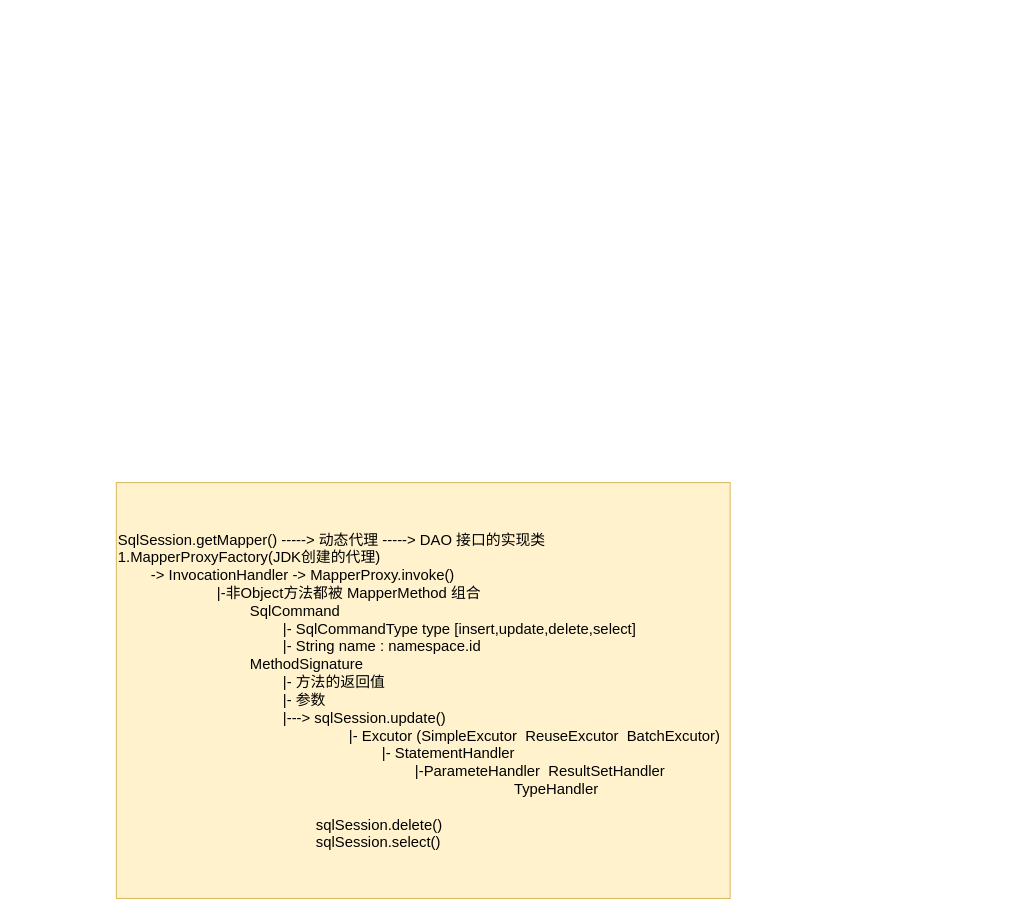
The draw.io diagram 未命名绘图.drawio in liouliuliu/node, before the edit. Source tidied: cells renumbered, new cells numbered last; positions are measured from the earlier drawing's top-left corner, leaving out a move shared by most shapes. Both pictures are drawn from the tidied source at 99%, with x=0, y=0 at pixel (116, 482).
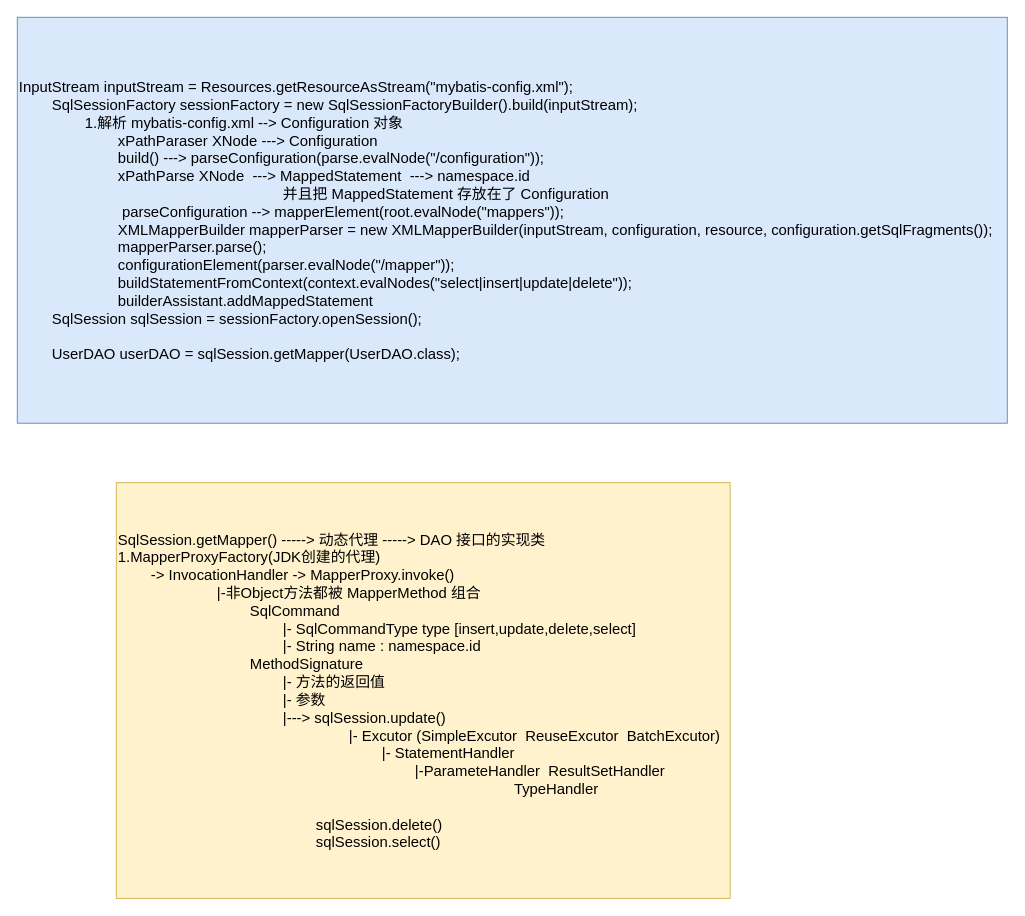
After the change.

Commit message:
更新未命名绘图.drawio

What changed in the source:
```diff
@@
 <mxGraphModel>
   <root>
     <mxCell id="0" />
     <mxCell id="1" parent="0" />
     <mxCell id="2" value="&lt;font style=&quot;font-size: 15px;&quot;&gt;SqlSession.getMapper() -----&amp;gt; 动态代理 -----&amp;gt; DAO 接口的实现类&lt;/font&gt;&lt;div style=&quot;font-size: 15px;&quot;&gt;&lt;font style=&quot;font-size: 15px;&quot;&gt;1.MapperProxyFactory(JDK创建的代理)&lt;/font&gt;&lt;/div&gt;&lt;div style=&quot;font-size: 15px;&quot;&gt;&lt;font style=&quot;font-size: 15px;&quot;&gt;&lt;font style=&quot;font-size: 15px;&quot;&gt;&lt;span style=&quot;white-space: pre;&quot;&gt;&#9;&lt;/span&gt;-&amp;gt; InvocationHandler -&amp;gt; MapperProxy.&lt;/font&gt;&lt;span style=&quot;background-color: initial;&quot;&gt;invoke()&lt;/span&gt;&lt;/font&gt;&lt;/div&gt;&lt;div style=&quot;font-size: 15px;&quot;&gt;&lt;font style=&quot;font-size: 15px;&quot;&gt;&lt;span style=&quot;white-space: pre;&quot;&gt;&#9;&lt;/span&gt;&lt;span style=&quot;white-space: pre;&quot;&gt;&#9;&lt;/span&gt;&lt;span style=&quot;white-space: pre;&quot;&gt;&#9;&lt;/span&gt;|-非Object方法都被 MapperMethod 组合&lt;br&gt;&lt;/font&gt;&lt;/div&gt;&lt;div style=&quot;font-size: 15px;&quot;&gt;&lt;font style=&quot;font-size: 15px;&quot;&gt;&lt;span style=&quot;white-space: pre;&quot;&gt;&#9;&lt;/span&gt;&lt;span style=&quot;white-space: pre;&quot;&gt;&#9;&lt;/span&gt;&lt;span style=&quot;white-space: pre;&quot;&gt;&#9;&lt;span style=&quot;white-space: pre;&quot;&gt;&#9;&lt;/span&gt;SqlCommand&lt;/span&gt;&lt;br&gt;&lt;/font&gt;&lt;/div&gt;&lt;div style=&quot;font-size: 15px;&quot;&gt;&lt;font style=&quot;font-size: 15px;&quot;&gt;&lt;span style=&quot;white-space: pre;&quot;&gt;&#9;&lt;/span&gt;&lt;span style=&quot;white-space: pre;&quot;&gt;&#9;&lt;/span&gt;&lt;span style=&quot;white-space: pre;&quot;&gt;&#9;&lt;/span&gt;&lt;span style=&quot;white-space: pre;&quot;&gt;&#9;&lt;/span&gt;&lt;span style=&quot;white-space: pre;&quot;&gt;&#9;&lt;/span&gt;|- SqlCommandType type [insert,update,delete,select]&lt;br&gt;&lt;/font&gt;&lt;/div&gt;&lt;div style=&quot;font-size: 15px;&quot;&gt;&lt;font style=&quot;font-size: 15px;&quot;&gt;&lt;span style=&quot;white-space: pre;&quot;&gt;&#9;&lt;/span&gt;&lt;span style=&quot;white-space: pre;&quot;&gt;&#9;&lt;/span&gt;&lt;span style=&quot;white-space: pre;&quot;&gt;&#9;&lt;/span&gt;&lt;span style=&quot;white-space: pre;&quot;&gt;&#9;&lt;/span&gt;&lt;span style=&quot;white-space: pre;&quot;&gt;&#9;&lt;/span&gt;|- String name : namespace.id&lt;br&gt;&lt;/font&gt;&lt;/div&gt;&lt;div style=&quot;font-size: 15px;&quot;&gt;&lt;font style=&quot;font-size: 15px;&quot;&gt;&lt;span style=&quot;white-space: pre;&quot;&gt;&#9;&lt;/span&gt;&lt;span style=&quot;white-space: pre;&quot;&gt;&#9;&lt;/span&gt;&lt;span style=&quot;white-space: pre;&quot;&gt;&#9;&lt;/span&gt;&lt;span style=&quot;white-space: pre;&quot;&gt;&#9;&lt;/span&gt;MethodSignature&lt;br&gt;&lt;/font&gt;&lt;/div&gt;&lt;div style=&quot;font-size: 15px;&quot;&gt;&lt;font style=&quot;font-size: 15px;&quot;&gt;&lt;span style=&quot;white-space: pre;&quot;&gt;&#9;&lt;/span&gt;&lt;span style=&quot;white-space: pre;&quot;&gt;&#9;&lt;/span&gt;&lt;span style=&quot;white-space: pre;&quot;&gt;&#9;&lt;/span&gt;&lt;span style=&quot;white-space: pre;&quot;&gt;&#9;&lt;/span&gt;&lt;span style=&quot;white-space: pre;&quot;&gt;&#9;&lt;/span&gt;|- 方法的返回值&lt;br&gt;&lt;/font&gt;&lt;/div&gt;&lt;div style=&quot;font-size: 15px;&quot;&gt;&lt;font style=&quot;font-size: 15px;&quot;&gt;&lt;span style=&quot;white-space: pre;&quot;&gt;&#9;&lt;/span&gt;&lt;span style=&quot;white-space: pre;&quot;&gt;&#9;&lt;/span&gt;&lt;span style=&quot;white-space: pre;&quot;&gt;&#9;&lt;/span&gt;&lt;span style=&quot;white-space: pre;&quot;&gt;&#9;&lt;/span&gt;&lt;span style=&quot;white-space: pre;&quot;&gt;&#9;&lt;/span&gt;|- 参数&lt;br&gt;&lt;/font&gt;&lt;/div&gt;&lt;div style=&quot;font-size: 15px;&quot;&gt;&lt;font style=&quot;font-size: 15px;&quot;&gt;&lt;span style=&quot;white-space: pre;&quot;&gt;&#9;&lt;/span&gt;&lt;span style=&quot;white-space: pre;&quot;&gt;&#9;&lt;/span&gt;&lt;span style=&quot;white-space: pre;&quot;&gt;&#9;&lt;/span&gt;&lt;span style=&quot;white-space: pre;&quot;&gt;&#9;&lt;/span&gt;&lt;span style=&quot;white-space: pre;&quot;&gt;&#9;&lt;/span&gt;|---&amp;gt; sqlSession.update()&lt;br&gt;&lt;/font&gt;&lt;/div&gt;&lt;div style=&quot;font-size: 15px;&quot;&gt;&lt;font style=&quot;font-size: 15px;&quot;&gt;&lt;span style=&quot;white-space: pre;&quot;&gt;&#9;&lt;/span&gt;&lt;span style=&quot;white-space: pre;&quot;&gt;&#9;&lt;/span&gt;&lt;span style=&quot;white-space: pre;&quot;&gt;&#9;&lt;/span&gt;&lt;span style=&quot;white-space: pre;&quot;&gt;&#9;&lt;/span&gt;&lt;span style=&quot;white-space: pre;&quot;&gt;&#9;&lt;/span&gt;&lt;span style=&quot;white-space: pre;&quot;&gt;&#9;&lt;/span&gt;&lt;span style=&quot;white-space: pre;&quot;&gt;&#9;&lt;/span&gt;|- Excutor (SimpleExcutor&amp;nbsp; ReuseExcutor&amp;nbsp; BatchExcutor)&lt;br&gt;&lt;/font&gt;&lt;/div&gt;&lt;div style=&quot;font-size: 15px;&quot;&gt;&lt;font style=&quot;font-size: 15px;&quot;&gt;&lt;span style=&quot;white-space: pre;&quot;&gt;&#9;&lt;/span&gt;&lt;span style=&quot;white-space: pre;&quot;&gt;&#9;&lt;/span&gt;&lt;span style=&quot;white-space: pre;&quot;&gt;&#9;&lt;/span&gt;&lt;span style=&quot;white-space: pre;&quot;&gt;&#9;&lt;/span&gt;&lt;span style=&quot;white-space: pre;&quot;&gt;&#9;&lt;/span&gt;&lt;span style=&quot;white-space: pre;&quot;&gt;&#9;&lt;/span&gt;&lt;span style=&quot;white-space: pre;&quot;&gt;&#9;&lt;/span&gt;&lt;span style=&quot;white-space: pre;&quot;&gt;&#9;&lt;/span&gt;|- StatementHandler&lt;br&gt;&lt;/font&gt;&lt;/div&gt;&lt;div style=&quot;font-size: 15px;&quot;&gt;&lt;font style=&quot;font-size: 15px;&quot;&gt;&lt;span style=&quot;white-space: pre;&quot;&gt;&#9;&lt;/span&gt;&lt;span style=&quot;white-space: pre;&quot;&gt;&#9;&lt;/span&gt;&lt;span style=&quot;white-space: pre;&quot;&gt;&#9;&lt;/span&gt;&lt;span style=&quot;white-space: pre;&quot;&gt;&#9;&lt;/span&gt;&lt;span style=&quot;white-space: pre;&quot;&gt;&#9;&lt;/span&gt;&lt;span style=&quot;white-space: pre;&quot;&gt;&#9;&lt;/span&gt;&lt;span style=&quot;white-space: pre;&quot;&gt;&#9;&lt;/span&gt;&lt;span style=&quot;white-space: pre;&quot;&gt;&#9;&lt;/span&gt;&lt;span style=&quot;white-space: pre;&quot;&gt;&#9;&lt;/span&gt;|-ParameteHandler&amp;nbsp; ResultSetHandler&lt;br&gt;&lt;/font&gt;&lt;/div&gt;&lt;div style=&quot;font-size: 15px;&quot;&gt;&lt;font style=&quot;font-size: 15px;&quot;&gt;&lt;span style=&quot;white-space: pre;&quot;&gt;&#9;&lt;/span&gt;&lt;span style=&quot;white-space: pre;&quot;&gt;&#9;&lt;/span&gt;&lt;span style=&quot;white-space: pre;&quot;&gt;&#9;&lt;/span&gt;&lt;span style=&quot;white-space: pre;&quot;&gt;&#9;&lt;/span&gt;&lt;span style=&quot;white-space: pre;&quot;&gt;&#9;&lt;/span&gt;&lt;span style=&quot;white-space: pre;&quot;&gt;&#9;&lt;/span&gt;&lt;span style=&quot;white-space: pre;&quot;&gt;&#9;&lt;/span&gt;&lt;span style=&quot;white-space: pre;&quot;&gt;&#9;&lt;/span&gt;&lt;span style=&quot;white-space: pre;&quot;&gt;&#9;&lt;/span&gt;&lt;span style=&quot;white-space: pre;&quot;&gt;&#9;&lt;/span&gt;&lt;span style=&quot;white-space: pre;&quot;&gt;&#9;&lt;/span&gt;&lt;span style=&quot;white-space: pre;&quot;&gt;&#9;&lt;/span&gt;TypeHandler&lt;br&gt;&lt;/font&gt;&lt;/div&gt;&lt;div style=&quot;font-size: 15px;&quot;&gt;&lt;font style=&quot;font-size: 15px;&quot;&gt;&lt;span style=&quot;white-space: pre;&quot;&gt;&#9;&lt;/span&gt;&lt;span style=&quot;white-space: pre;&quot;&gt;&#9;&lt;/span&gt;&lt;span style=&quot;white-space: pre;&quot;&gt;&#9;&lt;/span&gt;&lt;span style=&quot;white-space: pre;&quot;&gt;&#9;&lt;/span&gt;&lt;span style=&quot;white-space: pre;&quot;&gt;&#9;&lt;/span&gt;&lt;span style=&quot;white-space: pre;&quot;&gt;&#9;&lt;/span&gt;&lt;/font&gt;&lt;/div&gt;&lt;div style=&quot;font-size: 15px;&quot;&gt;&lt;font style=&quot;font-size: 15px;&quot;&gt;&lt;span style=&quot;white-space: pre;&quot;&gt;&#9;&lt;/span&gt;&lt;span style=&quot;white-space: pre;&quot;&gt;&#9;&lt;/span&gt;&lt;span style=&quot;white-space: pre;&quot;&gt;&#9;&lt;/span&gt;&lt;span style=&quot;white-space: pre;&quot;&gt;&#9;&lt;/span&gt;&lt;span style=&quot;white-space: pre;&quot;&gt;&#9;&lt;/span&gt;&lt;span style=&quot;white-space: pre;&quot;&gt;&#9;&lt;/span&gt;sqlSession.delete()&lt;br&gt;&lt;/font&gt;&lt;/div&gt;&lt;div style=&quot;font-size: 15px;&quot;&gt;&lt;font style=&quot;font-size: 15px;&quot;&gt;&lt;span style=&quot;white-space: pre;&quot;&gt;&#9;&lt;/span&gt;&lt;span style=&quot;white-space: pre;&quot;&gt;&#9;&lt;/span&gt;&lt;span style=&quot;white-space: pre;&quot;&gt;&#9;&lt;/span&gt;&lt;span style=&quot;white-space: pre;&quot;&gt;&#9;&lt;/span&gt;&lt;span style=&quot;white-space: pre;&quot;&gt;&#9;&lt;/span&gt;&lt;span style=&quot;white-space: pre;&quot;&gt;&#9;&lt;/span&gt;sqlSession.select()&lt;/font&gt;&lt;br&gt;&lt;/div&gt;" style="rounded=0;whiteSpace=wrap;html=1;fillColor=#fff2cc;strokeColor=#d6b656;align=left;" parent="1" vertex="1">
       <mxGeometry width="620" height="420" as="geometry" />
     </mxCell>
+    <mxCell id="3" value="&lt;div style=&quot;font-size: 15px;&quot;&gt;&lt;font style=&quot;font-size: 15px;&quot;&gt;InputStream inputStream = Resources.getResourceAsStream(&quot;mybatis-config.xml&quot;);&lt;/font&gt;&lt;/div&gt;&lt;div style=&quot;font-size: 15px;&quot;&gt;&lt;font style=&quot;font-size: 15px;&quot;&gt;&amp;nbsp; &amp;nbsp; &amp;nbsp; &amp;nbsp; SqlSessionFactory sessionFactory = new SqlSessionFactoryBuilder().build(inputStream);&lt;/font&gt;&lt;/div&gt;&lt;div style=&quot;font-size: 15px;&quot;&gt;&lt;font style=&quot;font-size: 15px;&quot;&gt;&lt;span style=&quot;white-space: pre;&quot;&gt;&#9;&lt;/span&gt;&lt;span style=&quot;white-space: pre;&quot;&gt;&#9;&lt;/span&gt;1.解析 mybatis-config.xml --&amp;gt; Configuration 对象&lt;/font&gt;&lt;/div&gt;&lt;div style=&quot;font-size: 15px;&quot;&gt;&lt;font style=&quot;font-size: 15px;&quot;&gt;&lt;span style=&quot;white-space: pre;&quot;&gt;&#9;&lt;/span&gt;&lt;span style=&quot;white-space: pre;&quot;&gt;&#9;&lt;span style=&quot;white-space: pre;&quot;&gt;&#9;&lt;/span&gt;x&lt;/span&gt;PathParaser XNode ---&amp;gt; Configuration&lt;br&gt;&lt;/font&gt;&lt;/div&gt;&lt;div style=&quot;font-size: 15px;&quot;&gt;&lt;font style=&quot;font-size: 15px;&quot;&gt;&lt;span style=&quot;white-space: pre;&quot;&gt;&#9;&lt;/span&gt;&lt;span style=&quot;white-space: pre;&quot;&gt;&#9;&lt;/span&gt;&lt;span style=&quot;white-space: pre;&quot;&gt;&#9;&lt;/span&gt;build() ---&amp;gt; parseConfiguration(parse.evalNode(&quot;/configuration&quot;));&lt;br&gt;&lt;/font&gt;&lt;/div&gt;&lt;div style=&quot;font-size: 15px;&quot;&gt;&lt;font style=&quot;font-size: 15px;&quot;&gt;&lt;span style=&quot;white-space: pre;&quot;&gt;&#9;&lt;/span&gt;&lt;span style=&quot;white-space: pre;&quot;&gt;&#9;&lt;/span&gt;&lt;span style=&quot;white-space: pre;&quot;&gt;&#9;&lt;/span&gt;xPathParse XNode&amp;nbsp; ---&amp;gt; MappedStatement&amp;nbsp; ---&amp;gt; namespace.id&lt;br&gt;&lt;/font&gt;&lt;/div&gt;&lt;div style=&quot;font-size: 15px;&quot;&gt;&lt;font style=&quot;font-size: 15px;&quot;&gt;&lt;span style=&quot;white-space: pre;&quot;&gt;&#9;&lt;/span&gt;&lt;span style=&quot;white-space: pre;&quot;&gt;&#9;&lt;/span&gt;&lt;span style=&quot;white-space: pre;&quot;&gt;&#9;&lt;/span&gt;&lt;span style=&quot;white-space: pre;&quot;&gt;&#9;&lt;/span&gt;&lt;span style=&quot;white-space: pre;&quot;&gt;&#9;&lt;/span&gt;&lt;span style=&quot;white-space: pre;&quot;&gt;&#9;&lt;/span&gt;&lt;span style=&quot;white-space: pre;&quot;&gt;&#9;&lt;/span&gt;&lt;span style=&quot;white-space: pre;&quot;&gt;&#9;&lt;/span&gt;并且把 MappedStatement 存放在了 Configuration&lt;br&gt;&lt;/font&gt;&lt;/div&gt;&lt;div style=&quot;font-size: 15px;&quot;&gt;&lt;font style=&quot;font-size: 15px;&quot;&gt;&lt;span style=&quot;white-space: pre;&quot;&gt;&#9;&lt;/span&gt;&lt;span style=&quot;white-space: pre;&quot;&gt;&#9;&lt;/span&gt;&lt;span style=&quot;white-space: pre;&quot;&gt;&#9;&amp;nbsp;&lt;/span&gt;parseConfiguration --&amp;gt; mapperElement(root.evalNode(&quot;mappers&quot;));&lt;/font&gt;&lt;/div&gt;&lt;div style=&quot;&quot;&gt;&lt;span style=&quot;background-color: initial; font-size: 15px;&quot;&gt;&lt;span style=&quot;white-space: pre;&quot;&gt;&#9;&lt;/span&gt;&lt;span style=&quot;white-space: pre;&quot;&gt;&#9;&lt;/span&gt;&lt;span style=&quot;white-space: pre;&quot;&gt;&#9;&lt;/span&gt;XMLMapperBuilder mapperParser = new XMLMapperBuilder(inputStream, configuration, resource, configuration.getSqlFragments());&lt;br&gt;            &lt;span style=&quot;white-space: pre;&quot;&gt;&#9;&lt;/span&gt;&lt;span style=&quot;white-space: pre;&quot;&gt;&#9;&lt;/span&gt;&lt;span style=&quot;white-space: pre;&quot;&gt;&#9;&lt;/span&gt;mapperParser.parse();&lt;/span&gt;&lt;/div&gt;&lt;div style=&quot;&quot;&gt;&lt;span style=&quot;background-color: initial; font-size: 15px;&quot;&gt;&lt;span style=&quot;white-space: pre;&quot;&gt;&#9;&lt;/span&gt;&lt;span style=&quot;white-space: pre;&quot;&gt;&#9;&lt;/span&gt;&lt;span style=&quot;white-space: pre;&quot;&gt;&#9;&lt;/span&gt;&lt;/span&gt;&lt;span style=&quot;background-color: initial; font-size: 15px;&quot;&gt;configurationElement(parser.evalNode(&quot;/mapper&quot;));&lt;/span&gt;&lt;span style=&quot;background-color: initial; font-size: 15px; white-space: pre;&quot;&gt;&#9;&lt;/span&gt;&lt;/div&gt;&lt;div style=&quot;&quot;&gt;&lt;span style=&quot;background-color: initial; font-size: 15px;&quot;&gt;&lt;span style=&quot;white-space: pre;&quot;&gt;&#9;&lt;/span&gt;&lt;span style=&quot;white-space: pre;&quot;&gt;&#9;&lt;/span&gt;&lt;span style=&quot;white-space: pre;&quot;&gt;&#9;&lt;/span&gt;buildStatementFromContext(context.evalNodes(&quot;select|insert|update|delete&quot;));&lt;/span&gt;&lt;/div&gt;&lt;div style=&quot;&quot;&gt;&lt;span style=&quot;background-color: initial;&quot;&gt;&lt;span style=&quot;font-size: 15px;&quot;&gt;&lt;span style=&quot;white-space: pre;&quot;&gt;&#9;&lt;/span&gt;&lt;span style=&quot;white-space: pre;&quot;&gt;&#9;&lt;/span&gt;&lt;span style=&quot;white-space: pre;&quot;&gt;&#9;&lt;/span&gt;builderAssistant.addMappedStatement&lt;/span&gt;&lt;br&gt;&lt;/span&gt;&lt;/div&gt;&lt;div style=&quot;font-size: 15px;&quot;&gt;&lt;font style=&quot;font-size: 15px;&quot;&gt;&amp;nbsp; &amp;nbsp; &amp;nbsp; &amp;nbsp; SqlSession sqlSession = sessionFactory.openSession();&lt;/font&gt;&lt;/div&gt;&lt;div style=&quot;font-size: 15px;&quot;&gt;&lt;font style=&quot;font-size: 15px;&quot;&gt;&lt;br&gt;&lt;/font&gt;&lt;/div&gt;&lt;div style=&quot;font-size: 15px;&quot;&gt;&lt;font style=&quot;font-size: 15px;&quot;&gt;&amp;nbsp; &amp;nbsp; &amp;nbsp; &amp;nbsp; UserDAO userDAO = sqlSession.getMapper(UserDAO.class);&lt;/font&gt;&lt;/div&gt;" style="rounded=0;whiteSpace=wrap;html=1;fillColor=#dae8fc;strokeColor=#6c8ebf;align=left;" parent="1" vertex="1">
+      <mxGeometry x="-100" y="-470" width="1000" height="410" as="geometry" />
+    </mxCell>
   </root>
 </mxGraphModel>
```
